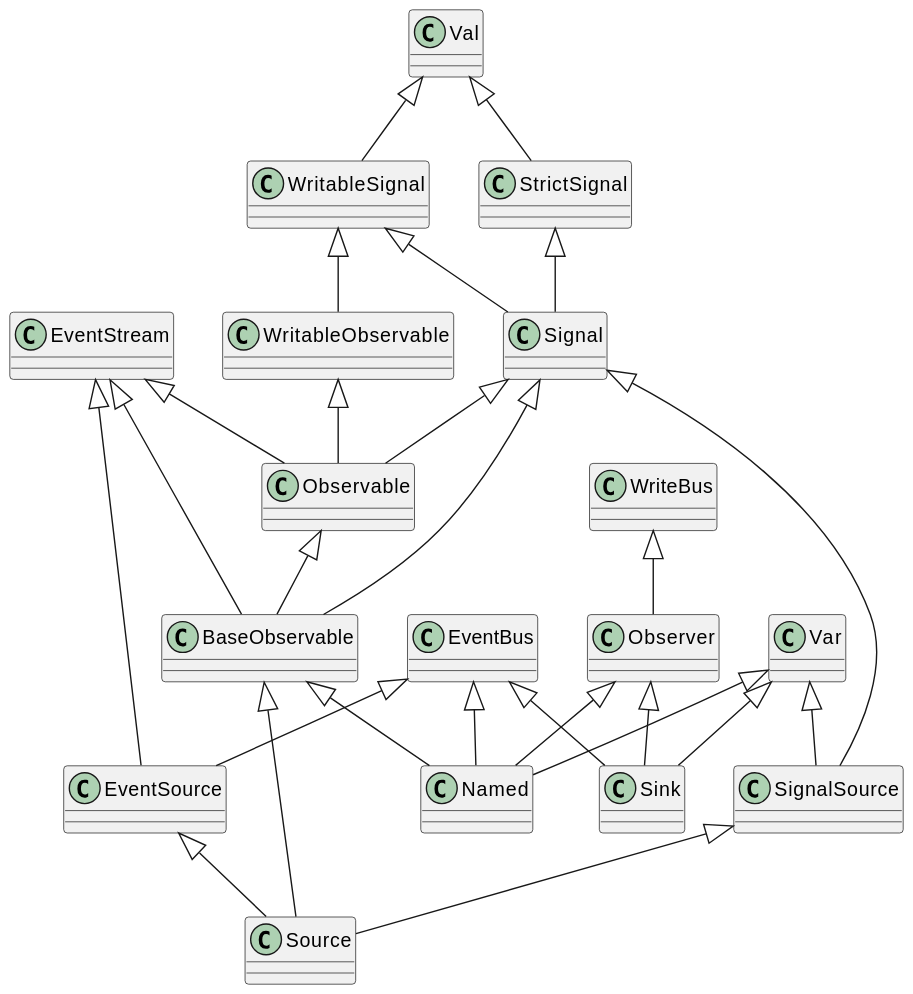
jpablo/type-explorer keeps this PlantUML diagram as examples/laminar-plantuml.svg. Above is the earlier version.
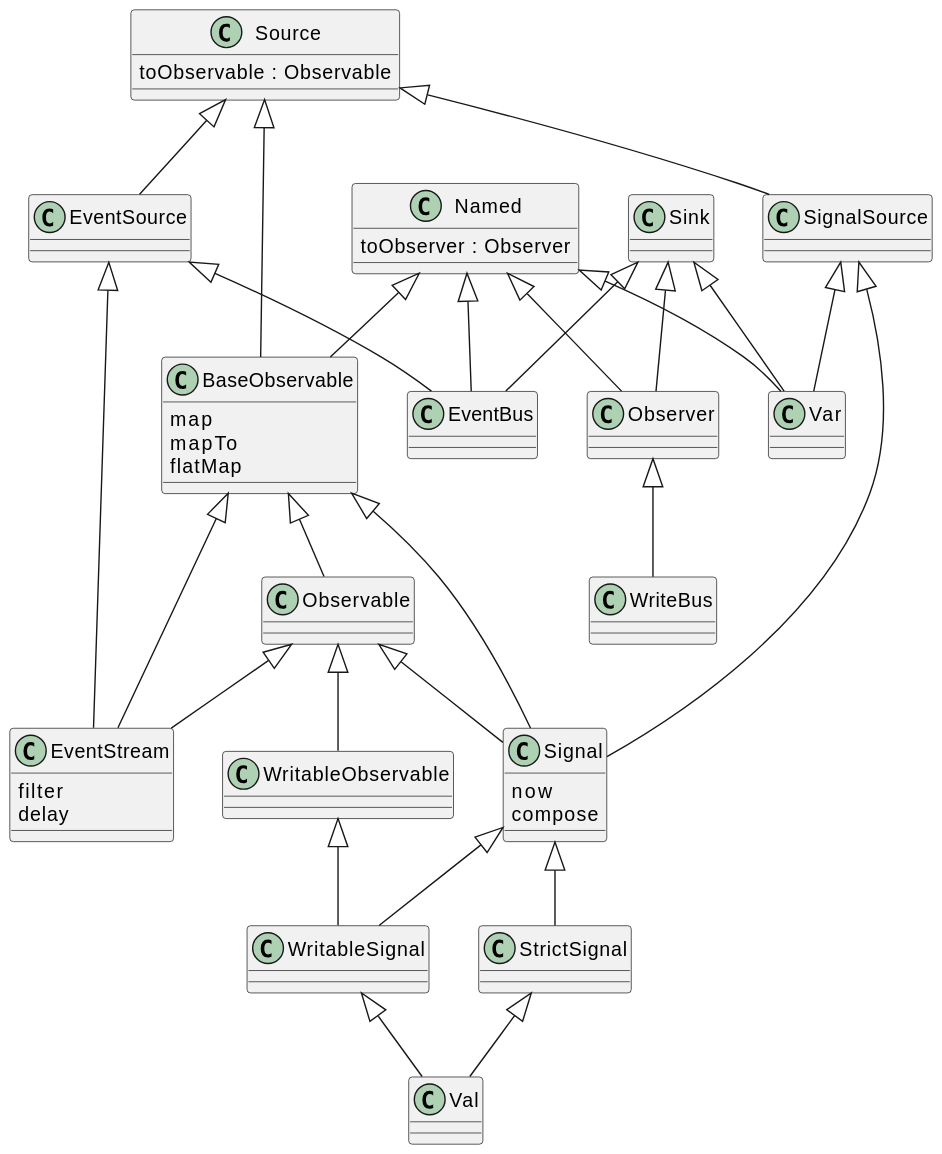
The same file after the commit.

Change to the diagram source:
```diff
@@ -1,28 +1,37 @@
 @startuml
-    BaseObservable <|-- Source
-BaseObservable <|-- Named
-EventSource <|-- Source
-SignalSource <|-- Source
-Observer <|-- Named
-Observer <|-- Sink
-Observable <|-- BaseObservable
-EventBus <|-- EventSource
-EventBus <|-- Named
-EventBus <|-- Sink
-Var <|-- SignalSource
-Var <|-- Named
-Var <|-- Sink
-WriteBus <|-- Observer
-WritableObservable <|-- Observable
-EventStream <|-- Observable
-EventStream <|-- BaseObservable
-EventStream <|-- EventSource
-Signal <|-- Observable
-Signal <|-- BaseObservable
-Signal <|-- SignalSource
-WritableSignal <|-- WritableObservable
-WritableSignal <|-- Signal
-StrictSignal <|-- Signal
-Val <|-- WritableSignal
-Val <|-- StrictSignal
-    @enduml
+Source <|-- BaseObservable
+Named <|-- BaseObservable
+Source <|-- EventSource
+Source <|-- SignalSource
+Named <|-- Observer
+Sink <|-- Observer
+BaseObservable <|-- Observable
+EventSource <|-- EventBus
+Named <|-- EventBus
+Sink <|-- EventBus
+SignalSource <|-- Var
+Named <|-- Var
+Sink <|-- Var
+Observer <|-- WriteBus
+Observable <|-- WritableObservable
+Observable <|-- EventStream
+BaseObservable <|-- EventStream
+EventSource <|-- EventStream
+Observable <|-- Signal
+BaseObservable <|-- Signal
+SignalSource <|-- Signal
+WritableObservable <|-- WritableSignal
+Signal <|-- WritableSignal
+Signal <|-- StrictSignal
+WritableSignal <|-- Val
+StrictSignal <|-- Val
+BaseObservable : map
+BaseObservable : mapTo
+BaseObservable : flatMap
+EventStream : filter
+EventStream : delay
+Signal : now
+Signal : compose
+Source : toObservable : Observable
+Named : toObserver : Observer
+@enduml
```
